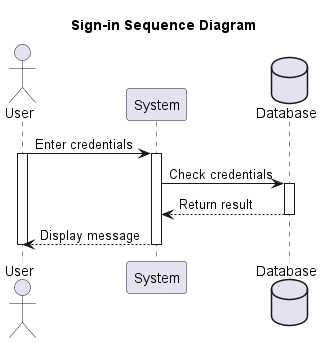
Before: Lab1.2/Sequence diagram/Sign In.png, a diagram exported from PlantUML (baonehe/SE357-Pratice-class).
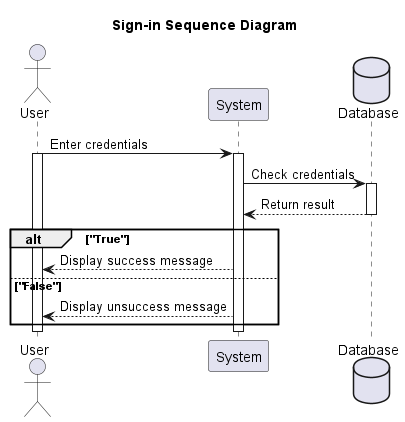
Above is the later version.

What changed in the source:
```diff
@@ -13,8 +13,11 @@
 activate Database
 Database --> System : Return result
 deactivate
-System --> User : Display message
-
+alt "True"
+System --> User : Display success message
+else "False"
+System --> User : Display unsuccess message
+end
 deactivate System
 deactivate User
 @enduml
```
